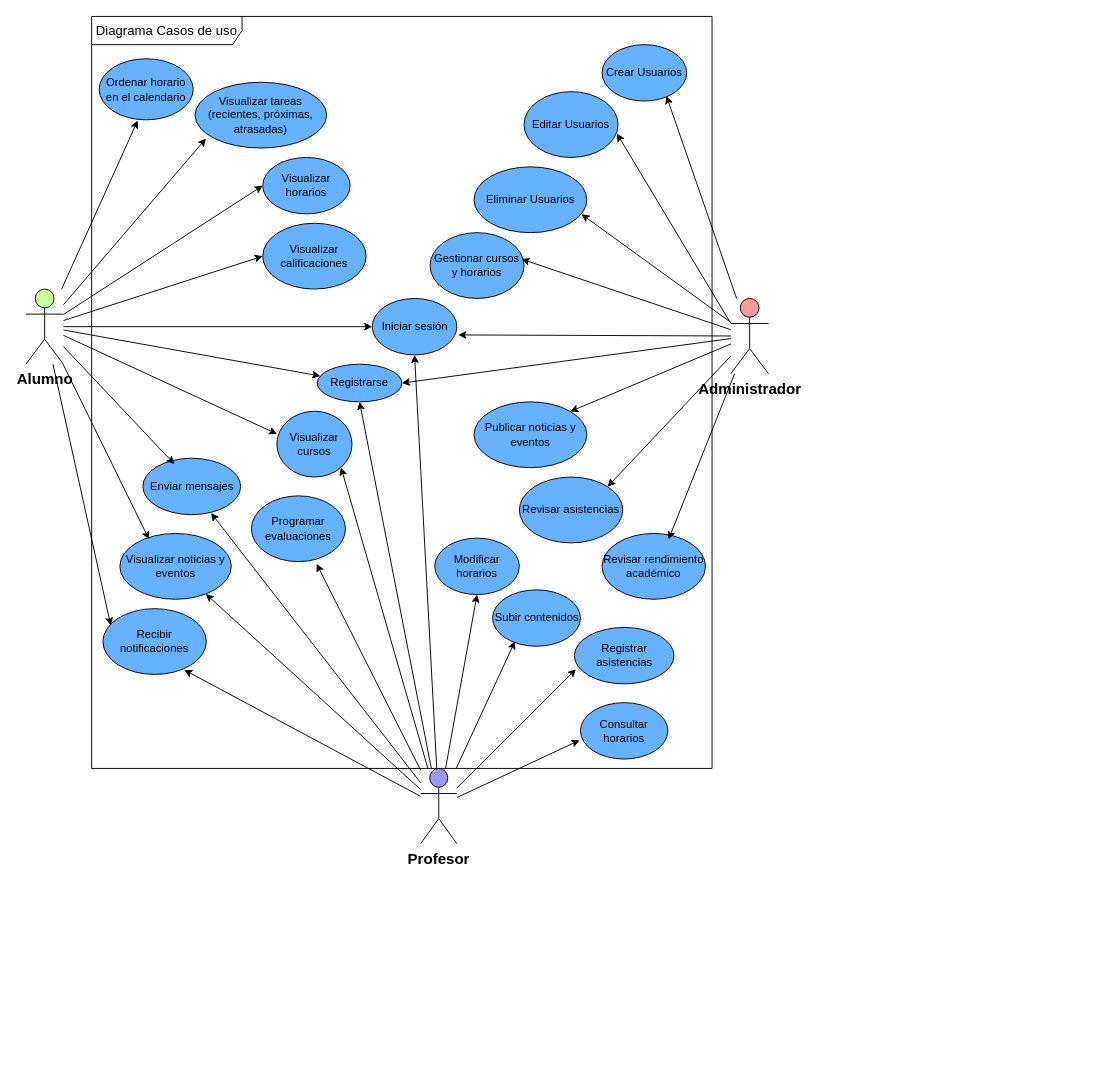
Earlier version of the draw.io diagram Diagramas/Diagrama casos de uso (1).drawio (VichoMatus/Taller_Integracion_II). Source tidied: cells renumbered, new cells numbered last; positions are measured from the earlier drawing's top-left corner, leaving out a move shared by most shapes. Both pictures are drawn from the tidied source at 94%, with x=0, y=0 at pixel (25, 16).
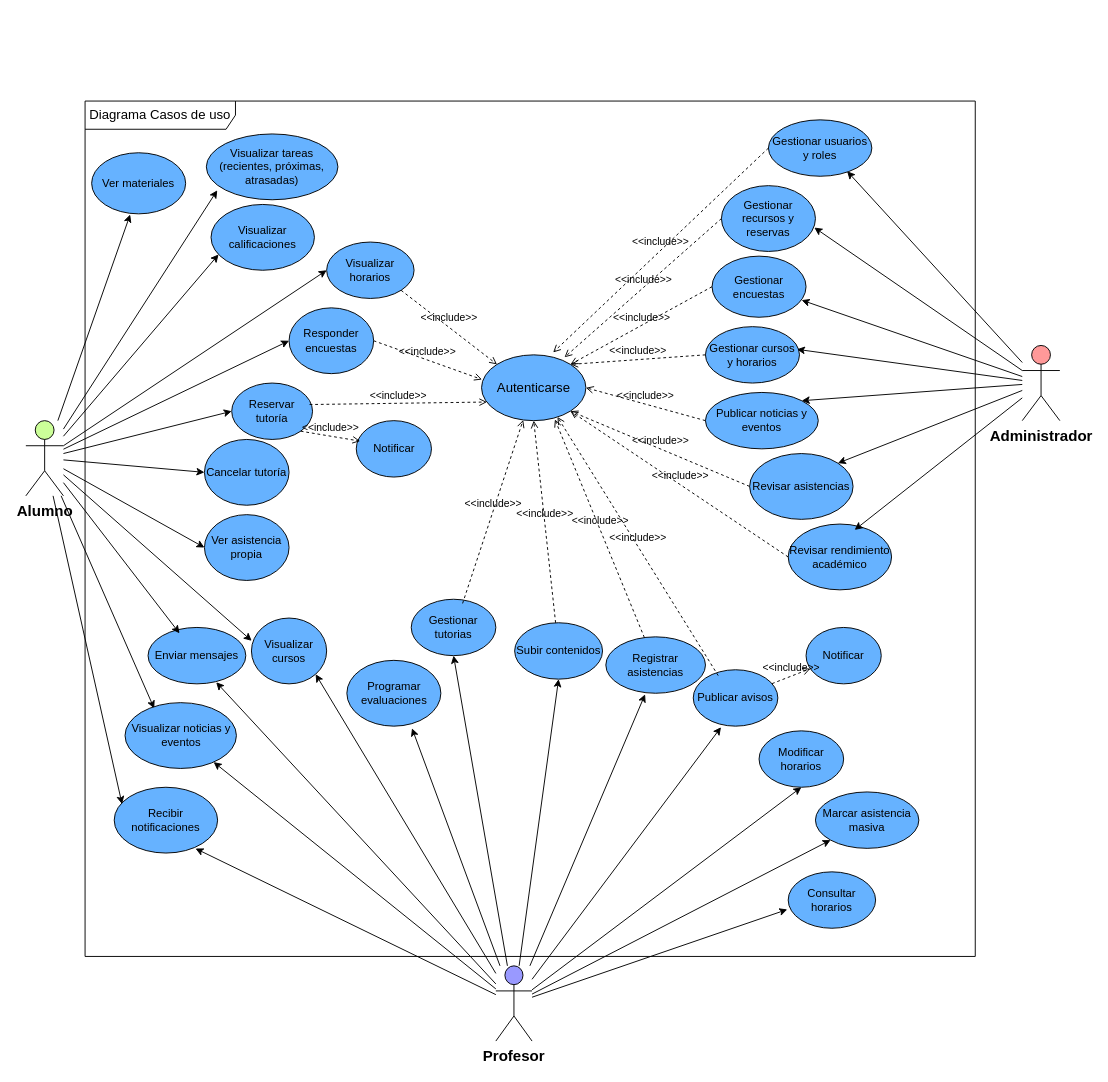
After the change.

Commit message:
diagrama caso de uso modificado

Diff of the diagram source:
```diff
@@
     <mxCell id="2" value="&lt;font style=&quot;font-size: 14px;&quot;&gt;Diagrama Casos de uso&lt;/font&gt;" style="shape=umlFrame;whiteSpace=wrap;html=1;width=160;height=30;" parent="1" vertex="1">
-      <mxGeometry x="70" width="660" height="800" as="geometry" />
+      <mxGeometry x="63" y="90" width="947" height="910" as="geometry" />
     </mxCell>
@@
-    <mxCell id="4" style="rounded=0;jettySize=auto;html=1;entryX=0;entryY=0.5;entryDx=0;entryDy=0;" parent="1" edge="1" source="8" target="30">
+    <mxCell id="4" style="rounded=0;jettySize=auto;html=1;entryX=0.073;entryY=0.76;entryDx=0;entryDy=0;entryPerimeter=0;" parent="1" edge="1" source="8" target="30">
       <mxGeometry relative="1" as="geometry" />
     </mxCell>
-    <mxCell id="5" style="rounded=0;jettySize=auto;html=1;" parent="1" edge="1" source="8" target="28">
-      <mxGeometry relative="1" as="geometry" />
-    </mxCell>
-    <mxCell id="6" style="rounded=0;jettySize=auto;html=1;" parent="1" edge="1" source="8" target="37">
-      <mxGeometry relative="1" as="geometry" />
-    </mxCell>
@@
+    <mxCell id="61" style="rounded=0;jettySize=auto;html=1;entryX=0;entryY=0.5;entryDx=0;entryDy=0;" parent="1" edge="1" source="8" target="67">
+      <mxGeometry relative="1" as="geometry" />
+    </mxCell>
+    <mxCell id="62" style="rounded=0;jettySize=auto;html=1;entryX=0;entryY=0.5;entryDx=0;entryDy=0;" parent="1" edge="1" source="8" target="69">
+      <mxGeometry relative="1" as="geometry" />
+    </mxCell>
+    <mxCell id="63" style="rounded=0;jettySize=auto;html=1;entryX=0;entryY=0.5;entryDx=0;entryDy=0;" parent="1" edge="1" source="8" target="82">
+      <mxGeometry relative="1" as="geometry" />
+    </mxCell>
     <mxCell id="8" value="&lt;font style=&quot;font-size: 16px;&quot;&gt;&lt;b&gt;Alumno&lt;/b&gt;&lt;/font&gt;" style="shape=umlActor;verticalLabelPosition=bottom;verticalAlign=top;html=1;fillColor=#CCFF99;" parent="1" vertex="1">
-      <mxGeometry y="290" width="40" height="80" as="geometry" />
+      <mxGeometry y="430" width="40" height="80" as="geometry" />
     </mxCell>
@@
-    <mxCell id="10" style="rounded=0;jettySize=auto;html=1;entryX=0.016;entryY=0.74;entryDx=0;entryDy=0;entryPerimeter=0;" parent="1" edge="1" source="16" target="42">
+    <mxCell id="10" style="rounded=0;jettySize=auto;html=1;entryX=0.394;entryY=1.019;entryDx=0;entryDy=0;entryPerimeter=0;" parent="1" edge="1" source="16" target="42">
       <mxGeometry relative="1" as="geometry" />
     </mxCell>
-    <mxCell id="11" style="rounded=0;jettySize=auto;html=1;entryX=0.255;entryY=0.912;entryDx=0;entryDy=0;entryPerimeter=0;" parent="1" edge="1" source="16" target="36">
+    <mxCell id="11" style="rounded=0;jettySize=auto;html=1;entryX=0.5;entryY=1;entryDx=0;entryDy=0;" parent="1" edge="1" source="16" target="36">
       <mxGeometry relative="1" as="geometry" />
     </mxCell>
-    <mxCell id="12" style="rounded=0;jettySize=auto;html=1;entryX=0.5;entryY=1;entryDx=0;entryDy=0;" parent="1" edge="1" source="16" target="37">
-      <mxGeometry relative="1" as="geometry" />
-    </mxCell>
@@
+    <mxCell id="64" style="rounded=0;jettySize=auto;html=1;entryX=0;entryY=1;entryDx=0;entryDy=0;" parent="1" edge="1" source="16" target="71">
+      <mxGeometry relative="1" as="geometry" />
+    </mxCell>
+    <mxCell id="65" style="rounded=0;jettySize=auto;html=1;entryX=0.328;entryY=1.019;entryDx=0;entryDy=0;entryPerimeter=0;" parent="1" edge="1" source="16" target="72">
+      <mxGeometry relative="1" as="geometry" />
+    </mxCell>
+    <mxCell id="66" style="rounded=0;jettySize=auto;html=1;entryX=0.5;entryY=1;entryDx=0;entryDy=0;" parent="1" edge="1" source="16" target="86">
+      <mxGeometry relative="1" as="geometry" />
+    </mxCell>
     <mxCell id="16" value="&lt;font style=&quot;font-size: 16px;&quot;&gt;&lt;b&gt;Profesor&lt;/b&gt;&lt;/font&gt;" style="shape=umlActor;verticalLabelPosition=bottom;verticalAlign=top;html=1;fillColor=#9999FF;" parent="1" vertex="1">
-      <mxGeometry x="420" y="800" width="38.5" height="80" as="geometry" />
+      <mxGeometry x="500" y="1010" width="38.5" height="80" as="geometry" />
     </mxCell>
@@
-    <mxCell id="20" style="rounded=0;jettySize=auto;html=1;entryX=1;entryY=0.5;entryDx=0;entryDy=0;" parent="1" edge="1" source="21" target="37">
-      <mxGeometry relative="1" as="geometry" />
-    </mxCell>
     <mxCell id="21" value="&lt;font style=&quot;font-size: 16px;&quot;&gt;&lt;b&gt;Administrador&lt;/b&gt;&lt;/font&gt;" style="shape=umlActor;verticalLabelPosition=bottom;verticalAlign=top;html=1;fillColor=#FF9999;" parent="1" vertex="1">
-      <mxGeometry x="750" y="300" width="40" height="80" as="geometry" />
+      <mxGeometry x="1060" y="350" width="40" height="80" as="geometry" />
     </mxCell>
-    <mxCell id="22" value="Crear Usuarios" style="ellipse;whiteSpace=wrap;html=1;fillColor=#66B2FF;" parent="1" vertex="1">
-      <mxGeometry x="613" y="30" width="90" height="60" as="geometry" />
+    <mxCell id="22" value="Gestionar usuarios y roles" style="ellipse;whiteSpace=wrap;html=1;fillColor=#66B2FF;" parent="1" vertex="1">
+      <mxGeometry x="790" y="110" width="110" height="60" as="geometry" />
     </mxCell>
-    <mxCell id="23" value="Editar Usuarios" style="ellipse;whiteSpace=wrap;html=1;fillColor=#66B2FF;" parent="1" vertex="1">
-      <mxGeometry x="530" y="80" width="100" height="70" as="geometry" />
+    <mxCell id="23" value="Gestionar recursos y reservas" style="ellipse;whiteSpace=wrap;html=1;fillColor=#66B2FF;" parent="1" vertex="1">
+      <mxGeometry x="740" y="180" width="100" height="70" as="geometry" />
     </mxCell>
-    <mxCell id="24" value="Eliminar Usuarios" style="ellipse;whiteSpace=wrap;html=1;fillColor=#66B2FF;" parent="1" vertex="1">
-      <mxGeometry x="476.8" y="160" width="120" height="70" as="geometry" />
+    <mxCell id="24" value="Gestionar encuestas" style="ellipse;whiteSpace=wrap;html=1;fillColor=#66B2FF;" parent="1" vertex="1">
+      <mxGeometry x="730" y="255" width="100" height="65" as="geometry" />
     </mxCell>
     <mxCell id="25" value="Publicar noticias y eventos" style="ellipse;whiteSpace=wrap;html=1;fillColor=#66B2FF;" parent="1" vertex="1">
-      <mxGeometry x="476.8" y="410" width="120" height="70" as="geometry" />
+      <mxGeometry x="723" y="400" width="120" height="60" as="geometry" />
     </mxCell>
     <mxCell id="26" value="Revisar asistencias" style="ellipse;whiteSpace=wrap;html=1;fillColor=#66B2FF;" parent="1" vertex="1">
-      <mxGeometry x="525" y="490" width="110" height="70" as="geometry" />
+      <mxGeometry x="770" y="465" width="110" height="70" as="geometry" />
     </mxCell>
     <mxCell id="27" value="Revisar rendimiento académico" style="ellipse;whiteSpace=wrap;html=1;fillColor=#66B2FF;" parent="1" vertex="1">
-      <mxGeometry x="613" y="550" width="110" height="70" as="geometry" />
+      <mxGeometry x="811" y="540" width="110" height="70" as="geometry" />
     </mxCell>
-    <mxCell id="28" value="Iniciar sesión" style="ellipse;whiteSpace=wrap;html=1;fillColor=#66B2FF;" parent="1" vertex="1">
-      <mxGeometry x="368.5" y="300" width="90" height="60" as="geometry" />
+    <mxCell id="28" value="&lt;font style=&quot;font-size: 14px;&quot;&gt;Autenticarse&lt;/font&gt;" style="ellipse;whiteSpace=wrap;html=1;fillColor=#66B2FF;" parent="1" vertex="1">
+      <mxGeometry x="484.8" y="360" width="111" height="70" as="geometry" />
     </mxCell>
     <mxCell id="29" value="Visualizar horarios" style="ellipse;whiteSpace=wrap;html=1;fillColor=#66B2FF;" parent="1" vertex="1">
-      <mxGeometry x="252" y="150" width="93" height="60" as="geometry" />
+      <mxGeometry x="320" y="240" width="93" height="60" as="geometry" />
     </mxCell>
     <mxCell id="30" value="Visualizar calificaciones" style="ellipse;whiteSpace=wrap;html=1;fillColor=#66B2FF;" parent="1" vertex="1">
-      <mxGeometry x="252" y="220" width="110" height="70" as="geometry" />
+      <mxGeometry x="197" y="200" width="110" height="70" as="geometry" />
     </mxCell>
     <mxCell id="31" value="Recibir notificaciones" style="ellipse;whiteSpace=wrap;html=1;fillColor=#66B2FF;" parent="1" vertex="1">
-      <mxGeometry x="82" y="630" width="110" height="70" as="geometry" />
+      <mxGeometry x="94" y="820" width="110" height="70" as="geometry" />
     </mxCell>
     <mxCell id="32" value="Visualizar noticias y eventos" style="ellipse;whiteSpace=wrap;html=1;fillColor=#66B2FF;" parent="1" vertex="1">
-      <mxGeometry x="100" y="550" width="118.5" height="70" as="geometry" />
+      <mxGeometry x="105.5" y="730" width="118.5" height="70" as="geometry" />
     </mxCell>
     <mxCell id="33" value="Modificar horarios" style="ellipse;whiteSpace=wrap;html=1;fillColor=#66B2FF;" parent="1" vertex="1">
-      <mxGeometry x="435" y="555" width="90" height="60" as="geometry" />
+      <mxGeometry x="780" y="760" width="90" height="60" as="geometry" />
     </mxCell>
     <mxCell id="34" value="Consultar horarios" style="ellipse;whiteSpace=wrap;html=1;fillColor=#66B2FF;" parent="1" vertex="1">
-      <mxGeometry x="590" y="730" width="93" height="60" as="geometry" />
+      <mxGeometry x="811" y="910" width="93" height="60" as="geometry" />
     </mxCell>
     <mxCell id="35" value="Visualizar tareas (recientes, próximas, atrasadas)" style="ellipse;whiteSpace=wrap;html=1;fillColor=#66B2FF;" parent="1" vertex="1">
-      <mxGeometry x="180" y="70" width="140" height="70" as="geometry" />
+      <mxGeometry x="192" y="125" width="140" height="70" as="geometry" />
     </mxCell>
     <mxCell id="36" value="Subir contenidos" style="ellipse;whiteSpace=wrap;html=1;fillColor=#66B2FF;" parent="1" vertex="1">
-      <mxGeometry x="496.5" y="610" width="93.5" height="60" as="geometry" />
+      <mxGeometry x="520" y="645" width="93.5" height="60" as="geometry" />
     </mxCell>
-    <mxCell id="37" value="Registrarse" style="ellipse;whiteSpace=wrap;html=1;fillColor=#66B2FF;" parent="1" vertex="1">
-      <mxGeometry x="310" y="370" width="90" height="40" as="geometry" />
-    </mxCell>
-    <mxCell id="38" value="Ordenar horario en el calendario" style="ellipse;whiteSpace=wrap;html=1;fillColor=#66B2FF;" parent="1" vertex="1">
-      <mxGeometry x="78" y="45" width="100" height="65" as="geometry" />
+    <mxCell id="38" value="Ver materiales" style="ellipse;whiteSpace=wrap;html=1;fillColor=#66B2FF;" parent="1" vertex="1">
+      <mxGeometry x="70" y="145" width="100" height="65" as="geometry" />
     </mxCell>
     <mxCell id="39" value="Enviar mensajes" style="ellipse;whiteSpace=wrap;html=1;fillColor=#66B2FF;" parent="1" vertex="1">
-      <mxGeometry x="124.5" y="470" width="104" height="60" as="geometry" />
+      <mxGeometry x="130" y="650" width="104" height="60" as="geometry" />
     </mxCell>
     <mxCell id="40" value="Programar evaluaciones" style="ellipse;whiteSpace=wrap;html=1;fillColor=#66B2FF;" parent="1" vertex="1">
-      <mxGeometry x="240" y="510" width="100" height="70" as="geometry" />
+      <mxGeometry x="341.5" y="685" width="100" height="70" as="geometry" />
     </mxCell>
     <mxCell id="41" value="Gestionar cursos y horarios" style="ellipse;whiteSpace=wrap;html=1;fillColor=#66B2FF;" parent="1" vertex="1">
-      <mxGeometry x="430" y="230" width="100" height="70" as="geometry" />
+      <mxGeometry x="723" y="330" width="100" height="60" as="geometry" />
     </mxCell>
     <mxCell id="42" value="Registrar asistencias" style="ellipse;whiteSpace=wrap;html=1;fillColor=#66B2FF;" parent="1" vertex="1">
-      <mxGeometry x="583.5" y="650" width="106" height="60" as="geometry" />
+      <mxGeometry x="617" y="660" width="106" height="60" as="geometry" />
     </mxCell>
@@
-    <mxCell id="53" style="rounded=0;jettySize=auto;html=1;entryX=1.017;entryY=0.647;entryDx=0;entryDy=0;entryPerimeter=0;" parent="1" edge="1" source="21" target="28">
-      <mxGeometry relative="1" as="geometry" />
-    </mxCell>
-    <mxCell id="54" style="rounded=0;jettySize=auto;html=1;entryX=0.5;entryY=1;entryDx=0;entryDy=0;" parent="1" edge="1" source="16" target="28">
-      <mxGeometry relative="1" as="geometry" />
-    </mxCell>
@@
-    <mxCell id="57" style="edgeStyle=orthogonalEdgeStyle;rounded=0;orthogonalLoop=1;jettySize=auto;html=1;exitX=0.5;exitY=1;exitDx=0;exitDy=0;" parent="1" edge="1" source="37" target="37">
-      <mxGeometry relative="1" as="geometry" />
+    <mxCell id="57" style="edgeStyle=orthogonalEdgeStyle;rounded=0;orthogonalLoop=1;jettySize=auto;html=1;exitX=0.5;exitY=1;exitDx=0;exitDy=0;" parent="1" edge="1">
+      <mxGeometry relative="1" as="geometry">
+        <mxPoint x="480" y="420" as="sourcePoint" />
+        <mxPoint x="480" y="420" as="targetPoint" />
+      </mxGeometry>
     </mxCell>
@@
     <mxCell id="59" value="Visualizar cursos" style="ellipse;whiteSpace=wrap;html=1;fillColor=#66B2FF;" parent="1" vertex="1">
-      <mxGeometry x="267" y="420" width="80" height="70" as="geometry" />
+      <mxGeometry x="240" y="640" width="80" height="70" as="geometry" />
     </mxCell>
@@
+    <mxCell id="67" value="Ver asistencia propia" style="ellipse;whiteSpace=wrap;html=1;fillColor=#66B2FF;" parent="1" vertex="1">
+      <mxGeometry x="190" y="530" width="90" height="70" as="geometry" />
+    </mxCell>
+    <mxCell id="68" value="Reservar tutoría" style="ellipse;whiteSpace=wrap;html=1;fillColor=#66B2FF;" parent="1" vertex="1">
+      <mxGeometry x="219" y="390" width="86" height="60" as="geometry" />
+    </mxCell>
+    <mxCell id="69" value="Cancelar tutoría" style="ellipse;whiteSpace=wrap;html=1;fillColor=#66B2FF;" parent="1" vertex="1">
+      <mxGeometry x="190" y="450" width="90" height="70" as="geometry" />
+    </mxCell>
+    <mxCell id="70" style="rounded=0;jettySize=auto;html=1;entryX=0;entryY=0.5;entryDx=0;entryDy=0;" parent="1" edge="1" source="8" target="68">
+      <mxGeometry relative="1" as="geometry" />
+    </mxCell>
+    <mxCell id="71" value="Marcar asistencia masiva" style="ellipse;whiteSpace=wrap;html=1;fillColor=#66B2FF;" parent="1" vertex="1">
+      <mxGeometry x="840" y="825" width="110" height="60" as="geometry" />
+    </mxCell>
+    <mxCell id="72" value="Publicar avisos" style="ellipse;whiteSpace=wrap;html=1;fillColor=#66B2FF;" parent="1" vertex="1">
+      <mxGeometry x="710" y="695" width="90" height="60" as="geometry" />
+    </mxCell>
+    <mxCell id="73" value="&amp;lt;&amp;lt;include&amp;gt;&amp;gt;" style="html=1;verticalAlign=bottom;labelBackgroundColor=none;endArrow=open;endFill=0;dashed=1;rounded=0;exitX=0;exitY=0.5;exitDx=0;exitDy=0;entryX=0.686;entryY=-0.037;entryDx=0;entryDy=0;entryPerimeter=0;" parent="1" edge="1" source="22" target="28">
+      <mxGeometry relative="1" as="geometry" />
+    </mxCell>
+    <mxCell id="74" value="&amp;lt;&amp;lt;include&amp;gt;&amp;gt;" style="html=1;verticalAlign=bottom;labelBackgroundColor=none;endArrow=open;endFill=0;dashed=1;rounded=0;exitX=0;exitY=0.5;exitDx=0;exitDy=0;entryX=0.795;entryY=0.037;entryDx=0;entryDy=0;entryPerimeter=0;" parent="1" edge="1" source="23" target="28">
+      <mxGeometry relative="1" as="geometry" />
+    </mxCell>
+    <mxCell id="75" value="&amp;lt;&amp;lt;include&amp;gt;&amp;gt;" style="html=1;verticalAlign=bottom;labelBackgroundColor=none;endArrow=open;endFill=0;dashed=1;rounded=0;exitX=0;exitY=0.5;exitDx=0;exitDy=0;entryX=1;entryY=0;entryDx=0;entryDy=0;" parent="1" edge="1" source="24" target="28">
+      <mxGeometry relative="1" as="geometry" />
+    </mxCell>
+    <mxCell id="76" value="&amp;lt;&amp;lt;include&amp;gt;&amp;gt;" style="html=1;verticalAlign=bottom;labelBackgroundColor=none;endArrow=open;endFill=0;dashed=1;rounded=0;exitX=0;exitY=0.5;exitDx=0;exitDy=0;entryX=1;entryY=0;entryDx=0;entryDy=0;" parent="1" edge="1" source="41" target="28">
+      <mxGeometry relative="1" as="geometry" />
+    </mxCell>
+    <mxCell id="77" value="&amp;lt;&amp;lt;include&amp;gt;&amp;gt;" style="html=1;verticalAlign=bottom;labelBackgroundColor=none;endArrow=open;endFill=0;dashed=1;rounded=0;entryX=1;entryY=0.5;entryDx=0;entryDy=0;exitX=0;exitY=0.5;exitDx=0;exitDy=0;" parent="1" edge="1" source="25" target="28">
+      <mxGeometry relative="1" as="geometry" />
+    </mxCell>
+    <mxCell id="78" value="&amp;lt;&amp;lt;include&amp;gt;&amp;gt;" style="html=1;verticalAlign=bottom;labelBackgroundColor=none;endArrow=open;endFill=0;dashed=1;rounded=0;exitX=0;exitY=0.5;exitDx=0;exitDy=0;entryX=1;entryY=1;entryDx=0;entryDy=0;" parent="1" edge="1" source="27" target="28">
+      <mxGeometry relative="1" as="geometry" />
+    </mxCell>
+    <mxCell id="79" value="&amp;lt;&amp;lt;include&amp;gt;&amp;gt;" style="html=1;verticalAlign=bottom;labelBackgroundColor=none;endArrow=open;endFill=0;dashed=1;rounded=0;entryX=1;entryY=1;entryDx=0;entryDy=0;exitX=0;exitY=0.5;exitDx=0;exitDy=0;" parent="1" edge="1" source="26" target="28">
+      <mxGeometry relative="1" as="geometry" />
+    </mxCell>
+    <mxCell id="80" value="&amp;lt;&amp;lt;include&amp;gt;&amp;gt;" style="html=1;verticalAlign=bottom;labelBackgroundColor=none;endArrow=open;endFill=0;dashed=1;rounded=0;exitX=1;exitY=1;exitDx=0;exitDy=0;entryX=0;entryY=0;entryDx=0;entryDy=0;" parent="1" edge="1" source="29" target="28">
+      <mxGeometry relative="1" as="geometry" />
+    </mxCell>
+    <mxCell id="81" value="&amp;lt;&amp;lt;include&amp;gt;&amp;gt;" style="html=1;verticalAlign=bottom;labelBackgroundColor=none;endArrow=open;endFill=0;dashed=1;rounded=0;exitX=0.963;exitY=0.381;exitDx=0;exitDy=0;exitPerimeter=0;entryX=0.052;entryY=0.717;entryDx=0;entryDy=0;entryPerimeter=0;" parent="1" edge="1" source="68" target="28">
+      <mxGeometry relative="1" as="geometry" />
+    </mxCell>
+    <mxCell id="82" value="Responder encuestas" style="ellipse;whiteSpace=wrap;html=1;fillColor=#66B2FF;" parent="1" vertex="1">
+      <mxGeometry x="280" y="310" width="90" height="70" as="geometry" />
+    </mxCell>
+    <mxCell id="83" value="&amp;lt;&amp;lt;include&amp;gt;&amp;gt;" style="html=1;verticalAlign=bottom;labelBackgroundColor=none;endArrow=open;endFill=0;dashed=1;rounded=0;exitX=1;exitY=0.5;exitDx=0;exitDy=0;entryX=0.004;entryY=0.375;entryDx=0;entryDy=0;entryPerimeter=0;" parent="1" edge="1" source="82" target="28">
+      <mxGeometry relative="1" as="geometry" />
+    </mxCell>
+    <mxCell id="84" value="Notificar" style="ellipse;whiteSpace=wrap;html=1;fillColor=#66B2FF;" parent="1" vertex="1">
+      <mxGeometry x="351.5" y="430" width="80" height="60" as="geometry" />
+    </mxCell>
+    <mxCell id="85" value="&amp;lt;&amp;lt;include&amp;gt;&amp;gt;" style="html=1;verticalAlign=bottom;labelBackgroundColor=none;endArrow=open;endFill=0;dashed=1;rounded=0;exitX=1;exitY=1;exitDx=0;exitDy=0;entryX=0.052;entryY=0.363;entryDx=0;entryDy=0;entryPerimeter=0;" parent="1" edge="1" source="68" target="84">
+      <mxGeometry relative="1" as="geometry" />
+    </mxCell>
+    <mxCell id="86" value="Gestionar tutorias" style="ellipse;whiteSpace=wrap;html=1;fillColor=#66B2FF;" parent="1" vertex="1">
+      <mxGeometry x="410" y="620" width="90" height="60" as="geometry" />
+    </mxCell>
+    <mxCell id="87" value="&amp;lt;&amp;lt;include&amp;gt;&amp;gt;" style="html=1;verticalAlign=bottom;labelBackgroundColor=none;endArrow=open;endFill=0;dashed=1;rounded=0;exitX=0.607;exitY=0.074;exitDx=0;exitDy=0;exitPerimeter=0;" parent="1" edge="1" source="86" target="28">
+      <mxGeometry relative="1" as="geometry" />
+    </mxCell>
+    <mxCell id="88" value="&amp;lt;&amp;lt;include&amp;gt;&amp;gt;" style="html=1;verticalAlign=bottom;labelBackgroundColor=none;endArrow=open;endFill=0;dashed=1;rounded=0;entryX=0.703;entryY=0.981;entryDx=0;entryDy=0;entryPerimeter=0;" parent="1" edge="1" source="42" target="28">
+      <mxGeometry relative="1" as="geometry" />
+    </mxCell>
+    <mxCell id="89" value="&amp;lt;&amp;lt;include&amp;gt;&amp;gt;" style="html=1;verticalAlign=bottom;labelBackgroundColor=none;endArrow=open;endFill=0;dashed=1;rounded=0;entryX=0.5;entryY=1;entryDx=0;entryDy=0;" parent="1" edge="1" source="36" target="28">
+      <mxGeometry relative="1" as="geometry" />
+    </mxCell>
+    <mxCell id="90" value="&amp;lt;&amp;lt;include&amp;gt;&amp;gt;" style="html=1;verticalAlign=bottom;labelBackgroundColor=none;endArrow=open;endFill=0;dashed=1;rounded=0;entryX=0.727;entryY=0.943;entryDx=0;entryDy=0;entryPerimeter=0;exitX=0.295;exitY=0.104;exitDx=0;exitDy=0;exitPerimeter=0;" parent="1" edge="1" source="72" target="28">
+      <mxGeometry relative="1" as="geometry" />
+    </mxCell>
+    <mxCell id="91" value="Notificar" style="ellipse;whiteSpace=wrap;html=1;fillColor=#66B2FF;" parent="1" vertex="1">
+      <mxGeometry x="830" y="650" width="80" height="60" as="geometry" />
+    </mxCell>
+    <mxCell id="92" value="&amp;lt;&amp;lt;include&amp;gt;&amp;gt;" style="html=1;verticalAlign=bottom;labelBackgroundColor=none;endArrow=open;endFill=0;dashed=1;rounded=0;" parent="1" edge="1" source="72" target="91">
+      <mxGeometry relative="1" as="geometry" />
+    </mxCell>
```
